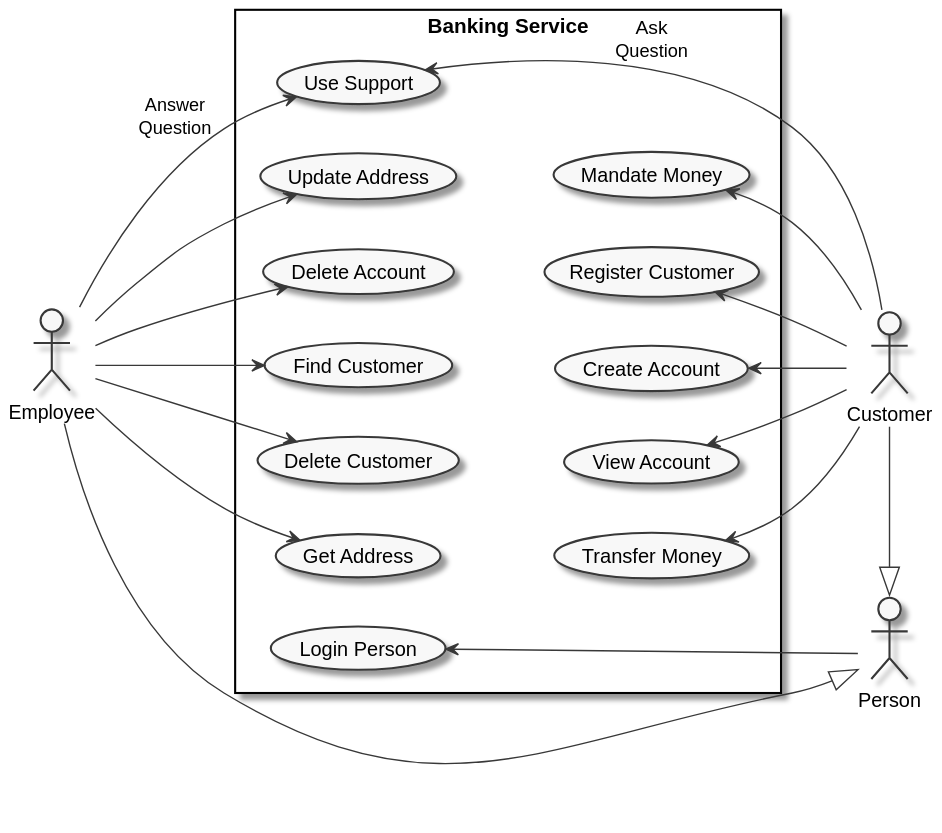
SteffBauer/sw_project keeps this PlantUML diagram as documentation/diagrams/generatedDiagrams/DiagramUseCase_BankingService.svg. Above is the earlier version.
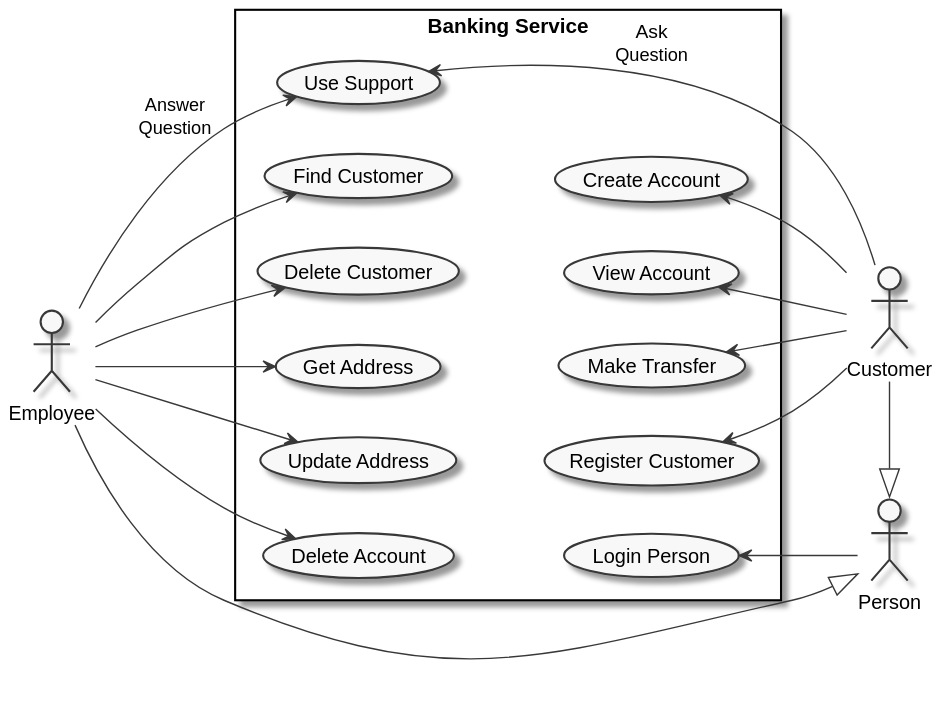
Above is the later version.

Commit message:
worked on diagrams and updated word document

Diff of the diagram source:
```diff
@@ -17,20 +17,18 @@
   usecase "Delete Customer" as uc13
   usecase "Get Address" as uc14
   usecase "Update Address" as uc15
-  usecase "Mandate Money" as uc16
   usecase "Delete Account" as uc17
 
   usecase "Login Person" as uc21
 
   usecase "Use Support" as uc31
 
-  usecase "Transfer Money" as uc41
+  usecase "Make Transfer" as uc41
   usecase "View Account" as uc42
   usecase "Register Customer" as uc44
 }
 
 uc11 <-- c
-uc16 <-- c
 
 e --> uc12
 e --> uc13
@@ -42,7 +40,7 @@
 uc21 <- p
 
 
-uc31 <-- c : Ask\nQuestion
+uc31 <- c : Ask\nQuestion
 e --> uc31 : Answer\nQuestion
 
 
@@ -53,7 +51,7 @@
 uc12 -[hidden]-> uc11
 uc13 -[hidden]-> uc42
 uc14 -[hidden]-> uc41
-uc15 -[hidden]-> uc16
+uc21 -[hidden]> uc41
 uc17 -[hidden]-> uc44
 
 @enduml
```
